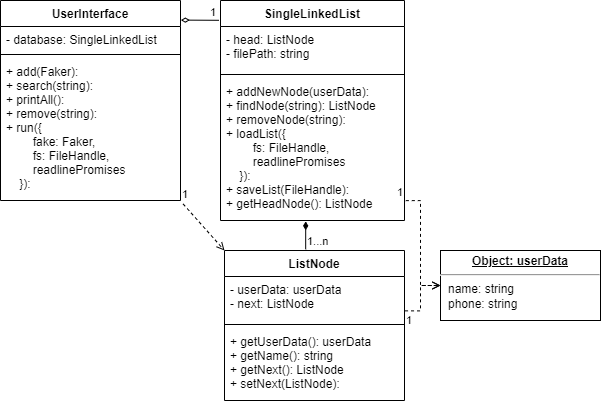
Above: assets/step2.drawio.png in yongki150/object-oriented-phone-book (draw.io), before the change. Source tidied: cells renumbered, new cells last; positions are measured from the earlier drawing's top-left corner, leaving out a move shared by most shapes.
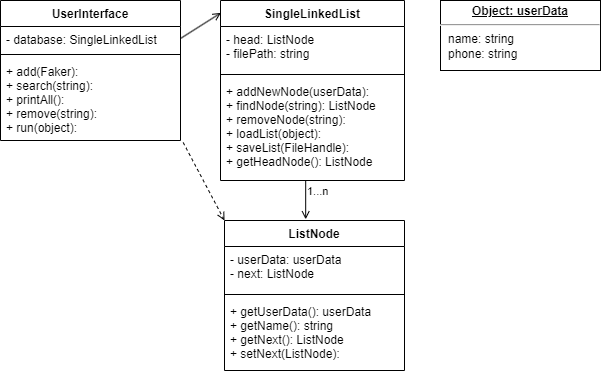
Above is the later version.

The edit, as a diff of the source:
```diff
@@ -3,7 +3,7 @@
     <mxCell id="0" />
     <mxCell id="1" parent="0" />
     <mxCell id="2" value="UserInterface" style="swimlane;fontStyle=1;align=center;verticalAlign=top;horizontal=1;startSize=26;" parent="1" vertex="1">
-      <mxGeometry width="180" height="200" as="geometry" />
+      <mxGeometry width="180" height="140" as="geometry" />
     </mxCell>
     <mxCell id="3" value="- database: SingleLinkedList" style="text;strokeColor=none;fillColor=none;align=left;verticalAlign=top;spacingLeft=4;spacingRight=4;overflow=hidden;points=[[0,0.5],[1,0.5]];portConstraint=eastwest;" parent="2" vertex="1">
       <mxGeometry y="26" width="180" height="24" as="geometry" />
@@ -11,11 +11,11 @@
     <mxCell id="4" style="line;strokeWidth=1;fillColor=none;align=left;verticalAlign=middle;spacingTop=-1;spacingLeft=3;spacingRight=3;labelPosition=right;strokeColor=inherit;" parent="2" vertex="1">
       <mxGeometry y="50" width="180" height="8" as="geometry" />
     </mxCell>
-    <mxCell id="5" value="+ add(Faker):&#10;+ search(string):&#10;+ printAll():&#10;+ remove(string):&#10;+ run({&#10;        fake: Faker,&#10;        fs: FileHandle,&#10;        readlinePromises&#10;    }):" style="text;strokeColor=none;fillColor=none;align=left;verticalAlign=top;spacingLeft=4;spacingRight=4;overflow=hidden;points=[[0,0.5],[1,0.5]];portConstraint=eastwest;" parent="2" vertex="1">
-      <mxGeometry y="58" width="180" height="142" as="geometry" />
+    <mxCell id="5" value="+ add(Faker):&#10;+ search(string):&#10;+ printAll():&#10;+ remove(string):&#10;+ run(object):" style="text;strokeColor=none;fillColor=none;align=left;verticalAlign=top;spacingLeft=4;spacingRight=4;overflow=hidden;points=[[0,0.5],[1,0.5]];portConstraint=eastwest;" parent="2" vertex="1">
+      <mxGeometry y="58" width="180" height="82" as="geometry" />
     </mxCell>
     <mxCell id="6" value="SingleLinkedList" style="swimlane;fontStyle=1;align=center;verticalAlign=top;horizontal=1;startSize=26;" parent="1" vertex="1">
-      <mxGeometry x="220" width="184" height="220" as="geometry" />
+      <mxGeometry x="220" width="184" height="180" as="geometry" />
     </mxCell>
     <mxCell id="7" value="- head: ListNode&#10;- filePath: string" style="text;strokeColor=none;fillColor=none;align=left;verticalAlign=top;spacingLeft=4;spacingRight=4;overflow=hidden;" parent="6" vertex="1">
       <mxGeometry y="26" width="184" height="44" as="geometry" />
@@ -23,25 +23,11 @@
     <mxCell id="8" style="line;strokeWidth=1;fillColor=none;align=left;verticalAlign=middle;spacingTop=-1;spacingLeft=3;spacingRight=3;labelPosition=right;strokeColor=inherit;" parent="6" vertex="1">
       <mxGeometry y="70" width="184" height="8" as="geometry" />
     </mxCell>
-    <mxCell id="9" value="+ addNewNode(userData): &#10;+ findNode(string): ListNode&#10;+ removeNode(string): &#10;+ loadList({&#10;        fs: FileHandle,&#10;        readlinePromises&#10;    }): &#10;+ saveList(FileHandle): &#10;+ getHeadNode(): ListNode" style="text;strokeColor=none;fillColor=none;align=left;verticalAlign=top;spacingLeft=4;spacingRight=4;overflow=hidden;points=[[0,0.5],[1,0.5]];portConstraint=eastwest;" parent="6" vertex="1">
-      <mxGeometry y="78" width="184" height="142" as="geometry" />
+    <mxCell id="9" value="+ addNewNode(userData): &#10;+ findNode(string): ListNode&#10;+ removeNode(string): &#10;+ loadList(object): &#10;+ saveList(FileHandle): &#10;+ getHeadNode(): ListNode" style="text;strokeColor=none;fillColor=none;align=left;verticalAlign=top;spacingLeft=4;spacingRight=4;overflow=hidden;points=[[0,0.5],[1,0.5]];portConstraint=eastwest;" parent="6" vertex="1">
+      <mxGeometry y="78" width="184" height="102" as="geometry" />
     </mxCell>
-    <mxCell id="10" style="endArrow=diamondThin;endFill=0;html=1;align=left;verticalAlign=top;exitX=-0.009;exitY=0.09;exitDx=0;exitDy=0;exitPerimeter=0;entryX=1.002;entryY=0.098;entryDx=0;entryDy=0;entryPerimeter=0;" parent="1" edge="1" source="6" target="2">
-      <mxGeometry x="-1" relative="1" as="geometry" />
-    </mxCell>
-    <mxCell id="11" value="1" style="edgeLabel;html=1;align=left;verticalAlign=bottom;" parent="10" vertex="1">
-      <mxGeometry x="-1" relative="1" as="geometry">
-        <mxPoint x="-10" as="offset" />
-      </mxGeometry>
-    </mxCell>
-    <mxCell id="12" style="endArrow=diamondThin;endFill=1;html=1;align=left;verticalAlign=top;entryX=0.463;entryY=1.006;entryDx=0;entryDy=0;exitX=0.451;exitY=-0.008;exitDx=0;exitDy=0;entryPerimeter=0;exitPerimeter=0;" parent="1" edge="1" source="14" target="9">
-      <mxGeometry x="-1" relative="1" as="geometry" />
-    </mxCell>
-    <mxCell id="13" value="1...n" style="edgeLabel;html=1;align=left;verticalAlign=bottom;" parent="12" vertex="1">
-      <mxGeometry x="-1" relative="1" as="geometry" />
-    </mxCell>
     <mxCell id="14" value="ListNode" style="swimlane;fontStyle=1;align=center;verticalAlign=top;horizontal=1;startSize=26;" parent="1" vertex="1">
-      <mxGeometry x="224" y="250" width="180" height="150" as="geometry" />
+      <mxGeometry x="224" y="220" width="180" height="150" as="geometry" />
     </mxCell>
     <mxCell id="15" value="- userData: userData&#10;- next: ListNode" style="text;strokeColor=none;fillColor=none;align=left;verticalAlign=top;spacingLeft=4;spacingRight=4;overflow=hidden;points=[[0,0.5],[1,0.5]];portConstraint=eastwest;" parent="14" vertex="1">
       <mxGeometry y="26" width="180" height="44" as="geometry" />
@@ -55,39 +41,19 @@
     <mxCell id="18" style="endArrow=open;endFill=0;html=1;align=left;verticalAlign=top;entryX=0;entryY=0;entryDx=0;entryDy=0;exitX=1.015;exitY=1.025;exitDx=0;exitDy=0;exitPerimeter=0;dashed=1;" parent="1" edge="1" source="5" target="14">
       <mxGeometry x="-1" relative="1" as="geometry" />
     </mxCell>
-    <mxCell id="19" value="1" style="edgeLabel;html=1;align=left;verticalAlign=bottom;" parent="18" vertex="1">
-      <mxGeometry x="-1" relative="1" as="geometry">
-        <mxPoint x="-3" y="-2" as="offset" />
-      </mxGeometry>
-    </mxCell>
-    <mxCell id="20" value="&lt;p style=&quot;margin:0px;margin-top:4px;text-align:center;text-decoration:underline;&quot;&gt;&lt;b&gt;Object: userData&lt;/b&gt;&lt;/p&gt;&lt;hr&gt;&lt;p style=&quot;margin:0px;margin-left:8px;&quot;&gt;name: string&lt;br&gt;phone: string&lt;br&gt;&lt;/p&gt;" style="verticalAlign=top;align=left;overflow=fill;fontSize=12;fontFamily=Helvetica;html=1;" parent="1" vertex="1">
-      <mxGeometry x="440" y="250" width="160" height="70" as="geometry" />
+    <mxCell id="20" value="&lt;p style=&quot;margin:0px;margin-top:4px;text-align:center;text-decoration:underline;&quot;&gt;&lt;b&gt;Object: userData&lt;/b&gt;&lt;/p&gt;&lt;hr&gt;&lt;p style=&quot;margin:0px;margin-left:8px;&quot;&gt;name: string&lt;br&gt;phone: string&lt;br&gt;&lt;/p&gt;" style="verticalAlign=top;align=left;overflow=fill;fontSize=12;fontFamily=Helvetica;html=1;fillColor=none;" parent="1" vertex="1">
+      <mxGeometry x="440" width="160" height="70" as="geometry" />
     </mxCell>
-    <mxCell id="21" style="endArrow=open;endFill=0;html=1;align=left;verticalAlign=top;entryX=0;entryY=0.5;entryDx=0;entryDy=0;dashed=1;edgeStyle=orthogonalEdgeStyle;rounded=0;exitX=1.007;exitY=0.86;exitDx=0;exitDy=0;exitPerimeter=0;" parent="1" edge="1" source="9" target="20">
-      <mxGeometry x="-1" relative="1" as="geometry">
-        <Array as="points">
-          <mxPoint x="420" y="200" />
-          <mxPoint x="420" y="285" />
-        </Array>
-      </mxGeometry>
-    </mxCell>
-    <mxCell id="22" value="1" style="edgeLabel;html=1;align=left;verticalAlign=bottom;" parent="21" vertex="1">
-      <mxGeometry x="-1" relative="1" as="geometry">
-        <mxPoint x="-10" as="offset" />
-      </mxGeometry>
-    </mxCell>
-    <mxCell id="23" style="endArrow=open;endFill=0;html=1;align=left;verticalAlign=top;dashed=1;edgeStyle=orthogonalEdgeStyle;rounded=0;exitX=1.003;exitY=0.781;exitDx=0;exitDy=0;exitPerimeter=0;entryX=0;entryY=0.5;entryDx=0;entryDy=0;" parent="1" edge="1" source="15" target="20">
-      <mxGeometry x="-1" relative="1" as="geometry">
-        <Array as="points">
-          <mxPoint x="420" y="310" />
-          <mxPoint x="420" y="285" />
-        </Array>
-      </mxGeometry>
-    </mxCell>
-    <mxCell id="24" value="1" style="edgeLabel;html=1;align=left;verticalAlign=bottom;" parent="23" vertex="1">
-      <mxGeometry x="-1" relative="1" as="geometry">
-        <mxPoint x="-1" y="18" as="offset" />
-      </mxGeometry>
+    <mxCell id="24" style="endArrow=open;endFill=0;html=1;align=left;verticalAlign=top;entryX=0.002;entryY=0.069;entryDx=0;entryDy=0;exitX=1;exitY=0.5;exitDx=0;exitDy=0;entryPerimeter=0;" parent="1" edge="1" source="3" target="6">
+      <mxGeometry x="-1" relative="1" as="geometry" />
     </mxCell>
+    <mxCell id="12" style="endArrow=open;endFill=0;html=1;align=left;verticalAlign=top;entryX=0.451;entryY=-0.008;entryDx=0;entryDy=0;exitX=0.463;exitY=1.006;exitDx=0;exitDy=0;entryPerimeter=0;exitPerimeter=0;" parent="1" edge="1" source="9" target="14">
+      <mxGeometry x="-1" relative="1" as="geometry" />
+    </mxCell>
+    <mxCell id="13" value="1...n" style="edgeLabel;html=1;align=left;verticalAlign=bottom;" parent="12" vertex="1">
+      <mxGeometry x="-1" relative="1" as="geometry">
+        <mxPoint y="19" as="offset" />
+      </mxGeometry>
+    </mxCell>
   </root>
 </mxGraphModel>
```
